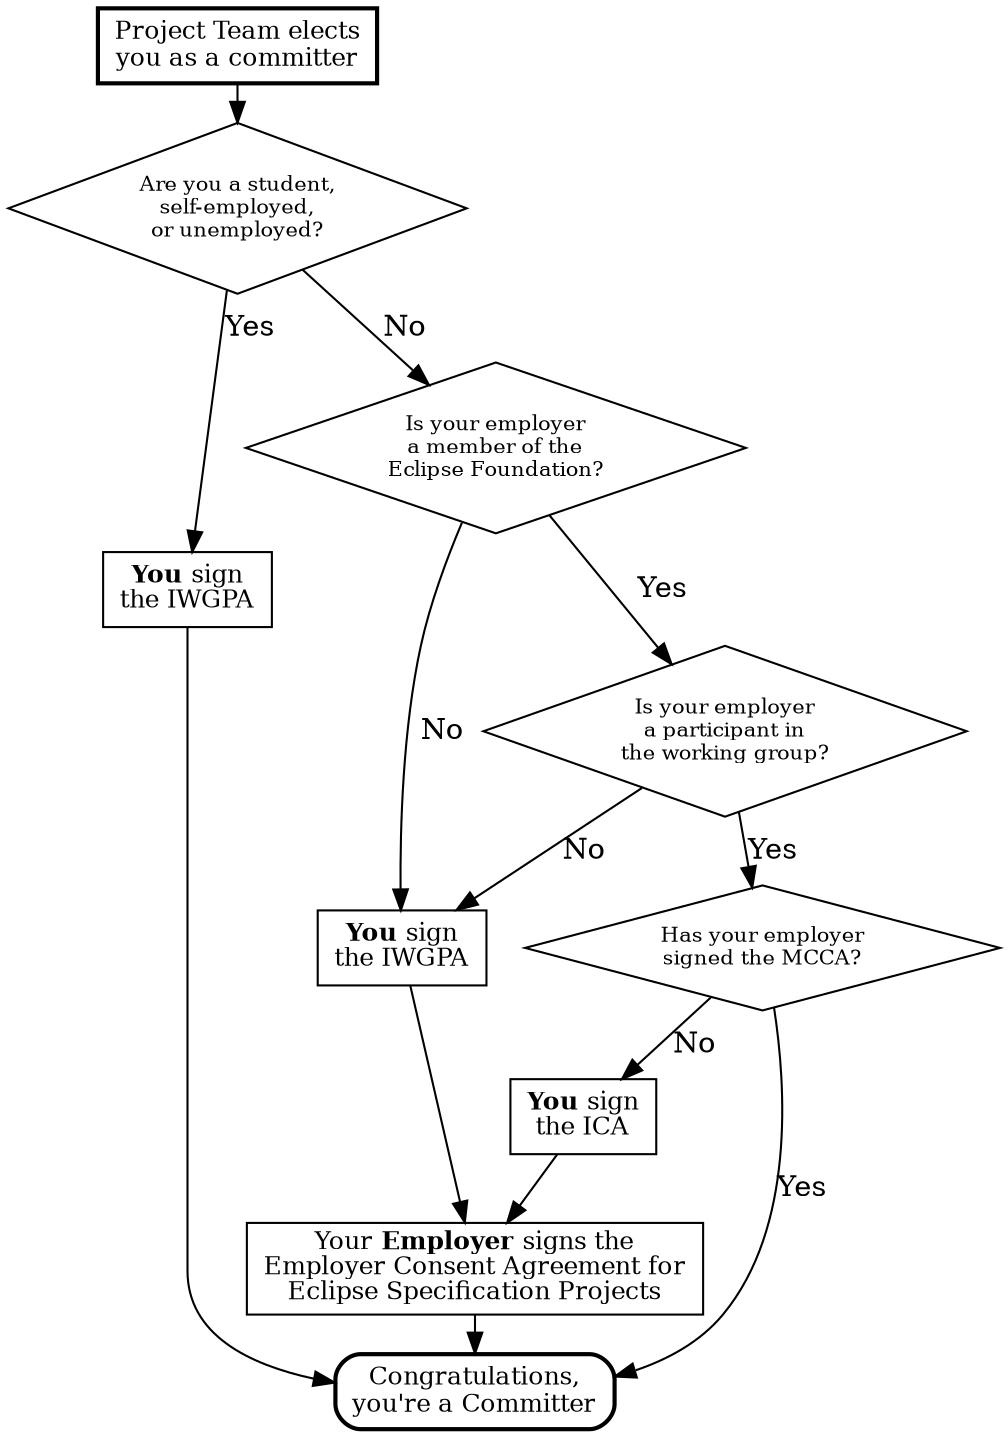
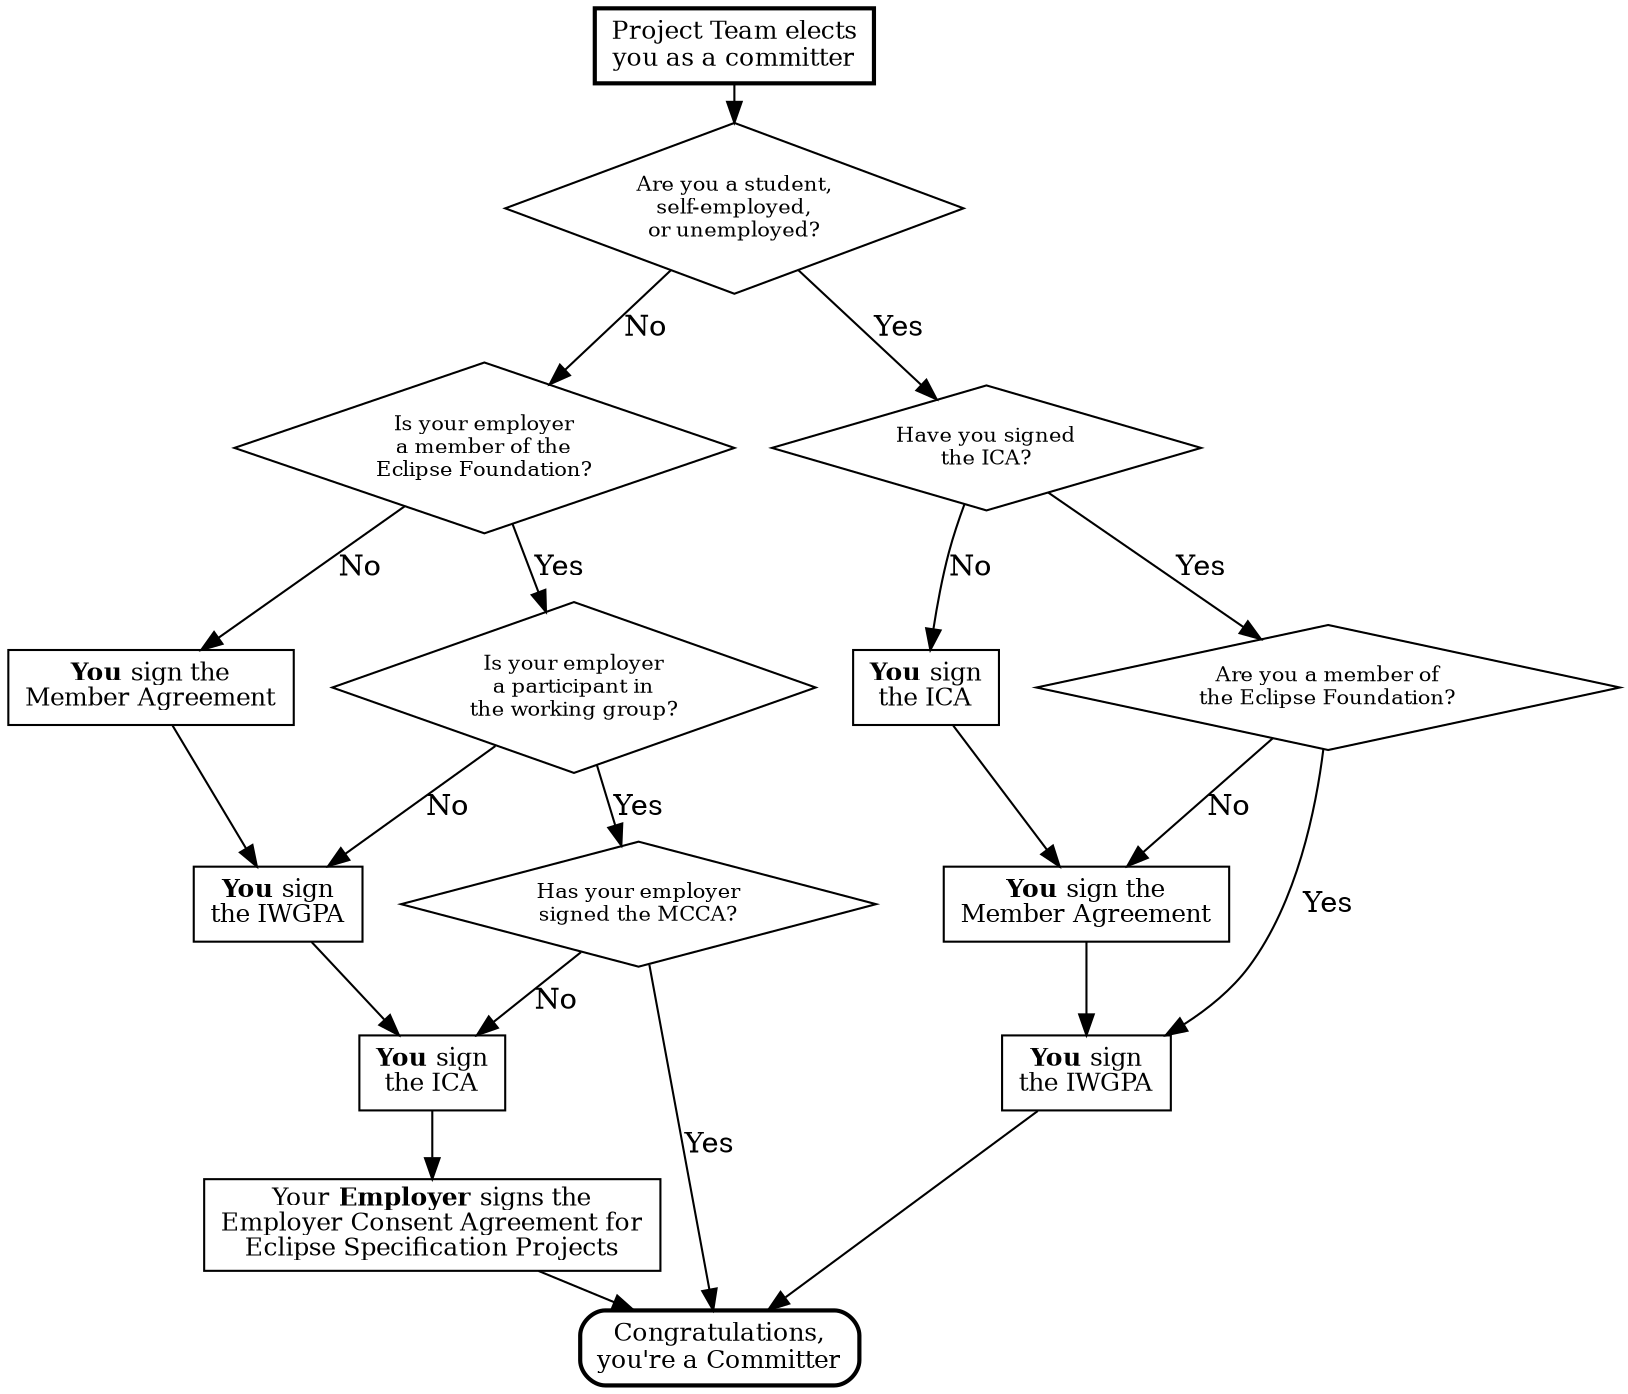
digraph {
	// Graph properties
	bgcolor=transparent

    graph [ranksep="0.25", nodesep="0.25"]

	// Nodes that define the key points in the process
	node [shape=box;style=filled;fillcolor=white;fontsize=12;group=g1]

	start [label="Project Team elects\nyou as a committer"; style="filled,bold"];
- 	iwgpa [label=<<b>You</b> sign<br/>the IWGPA>];
- 	consent [label=<Your <b>Employer</b> signs the<br/>Employer Consent Agreement for<br/>Eclipse Specification Projects>];
- 	ica [label=<<b>You</b> sign<br/>the ICA>];
+ 	individual_wgpa [label=<<b>You</b> sign<br/>the IWGPA>];
+ 	individual_membership [label=<<b>You</b> sign the<br/>Member Agreement>];
+ 	individual_employer_consent [label=<Your <b>Employer</b> signs the<br/>Employer Consent Agreement for<br/>Eclipse Specification Projects>];
+ 	individual_ica [label=<<b>You</b> sign<br/>the ICA>];
+ 	employed_individual_membership [label=<<b>You</b> sign the<br/>Member Agreement>];
+ 	employed_ica [label=<<b>You</b> sign<br/>the ICA>];
	employed_iwgpa [label=<<b>You</b> sign<br/>the IWGPA>];
	final [label="Congratulations,\nyou're a Committer"; style="rounded,filled,bold"];

	node [shape=diamond;style=filled;fillcolor=white;fontsize=10;group=g1];

	is_self_employed [label="Are you a student,\nself-employed,\nor unemployed?"];
- 	is_member [label="Is your employer\na member of the\nEclipse Foundation?"];
- 	is_participant [label="Is your employer\na participant in\nthe working group?"];
- 	has_mcca [label="Has your employer\nsigned the MCCA?"];
+ 	employer_is_member [label="Is your employer\na member of the\nEclipse Foundation?"];
+ 	employer_is_participant [label="Is your employer\na participant in\nthe working group?"];
+ 	employer_has_mcca [label="Has your employer\nsigned the MCCA?"];
+ 	individual_has_ica [label="Have you signed\nthe ICA?"];
+ 	individual_is_member [label="Are you a member of\nthe Eclipse Foundation?"];

	start -> is_self_employed;
- 	is_self_employed -> is_member [label="No"];
- 	is_self_employed -> iwgpa [label="Yes"];
- 	iwgpa -> final;

- 	is_member -> is_participant [label="Yes"];
- 	is_member -> employed_iwgpa [label="No"];
+ 	is_self_employed -> individual_has_ica [label="Yes"];
+ 	is_self_employed -> employer_is_member [label="No"];

- 	employed_iwgpa -> consent;
- 	ica -> consent;
+ 	individual_has_ica -> individual_is_member [label="Yes"];
+ 	individual_has_ica -> individual_ica [label="No"];

- 	is_participant -> has_mcca [label="Yes"];
- 	is_participant -> employed_iwgpa [label="No"];
+ 	individual_is_member -> individual_wgpa [label="Yes"];
+ 	individual_is_member -> individual_membership [label="No"];

- 	has_mcca -> final [label="Yes"];
- 	has_mcca -> ica [label="No"];
+ 	individual_ica -> individual_membership;
+ 	individual_membership -> individual_wgpa;
+ 	individual_wgpa -> final;

- 	consent -> final;
+ 	employer_is_member -> employer_is_participant [label="Yes"];
+ 	employer_is_member -> employed_individual_membership [label="No"];
+ 
+ 	employed_individual_membership -> employed_iwgpa;
+ 	employed_iwgpa -> employed_ica;
+ 	employed_ica -> individual_employer_consent;
+ 
+ 	employer_is_participant -> employer_has_mcca [label="Yes"];
+ 	employer_is_participant -> employed_iwgpa [label="No"];
+ 
+ 	employer_has_mcca -> final [label="Yes"];
+ 	employer_has_mcca -> employed_ica [label="No"];
+ 
+ 	individual_employer_consent -> final;
}